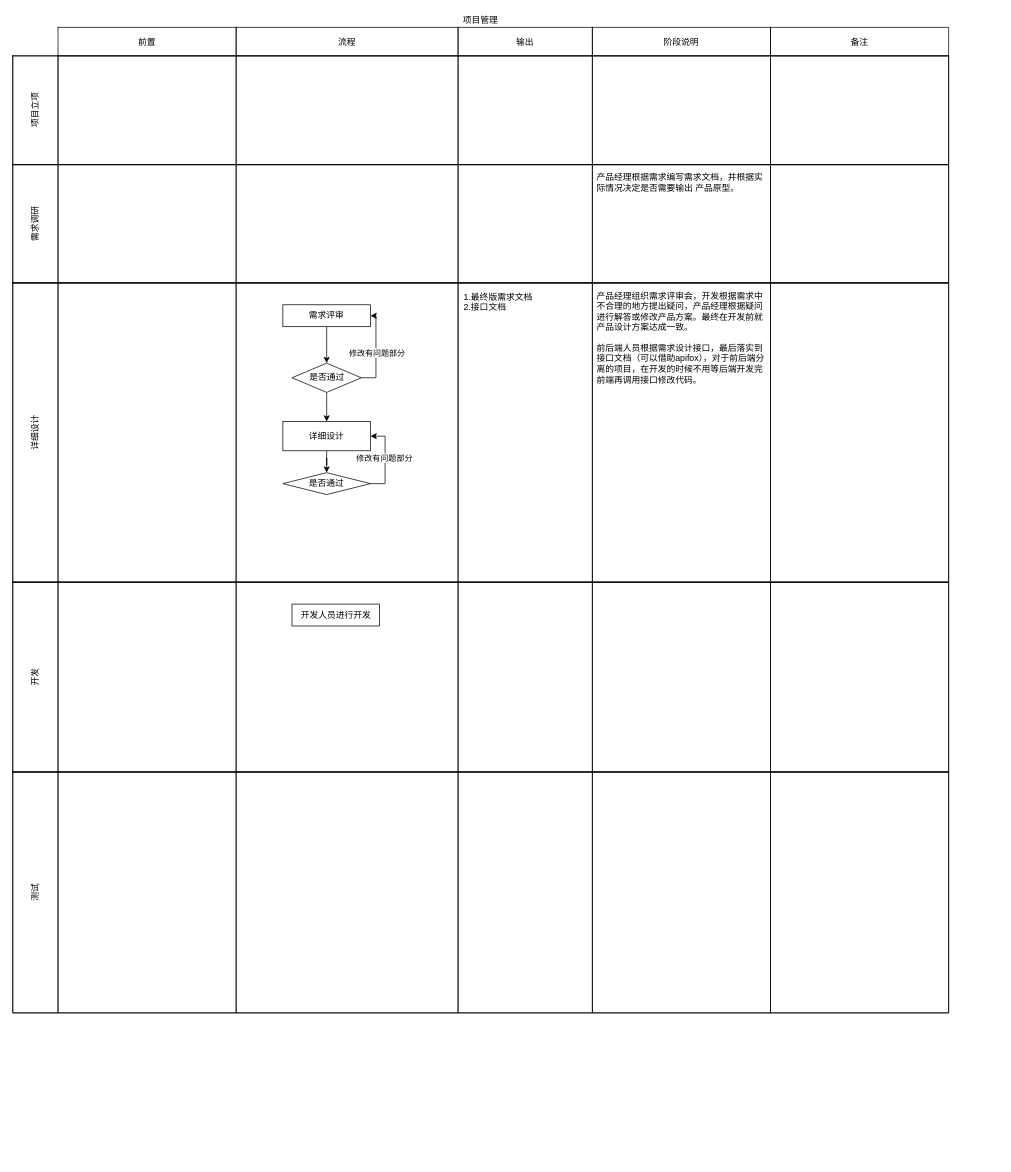
Above: 未命名绘图.drawio in uiwifi/test (draw.io), before the change. Source tidied: cells renumbered, new cells numbered last; positions are measured from the earlier drawing's top-left corner, leaving out a move shared by most shapes. Both pictures are drawn from the tidied source at 73%, with x=0, y=0 at pixel (12, 12).
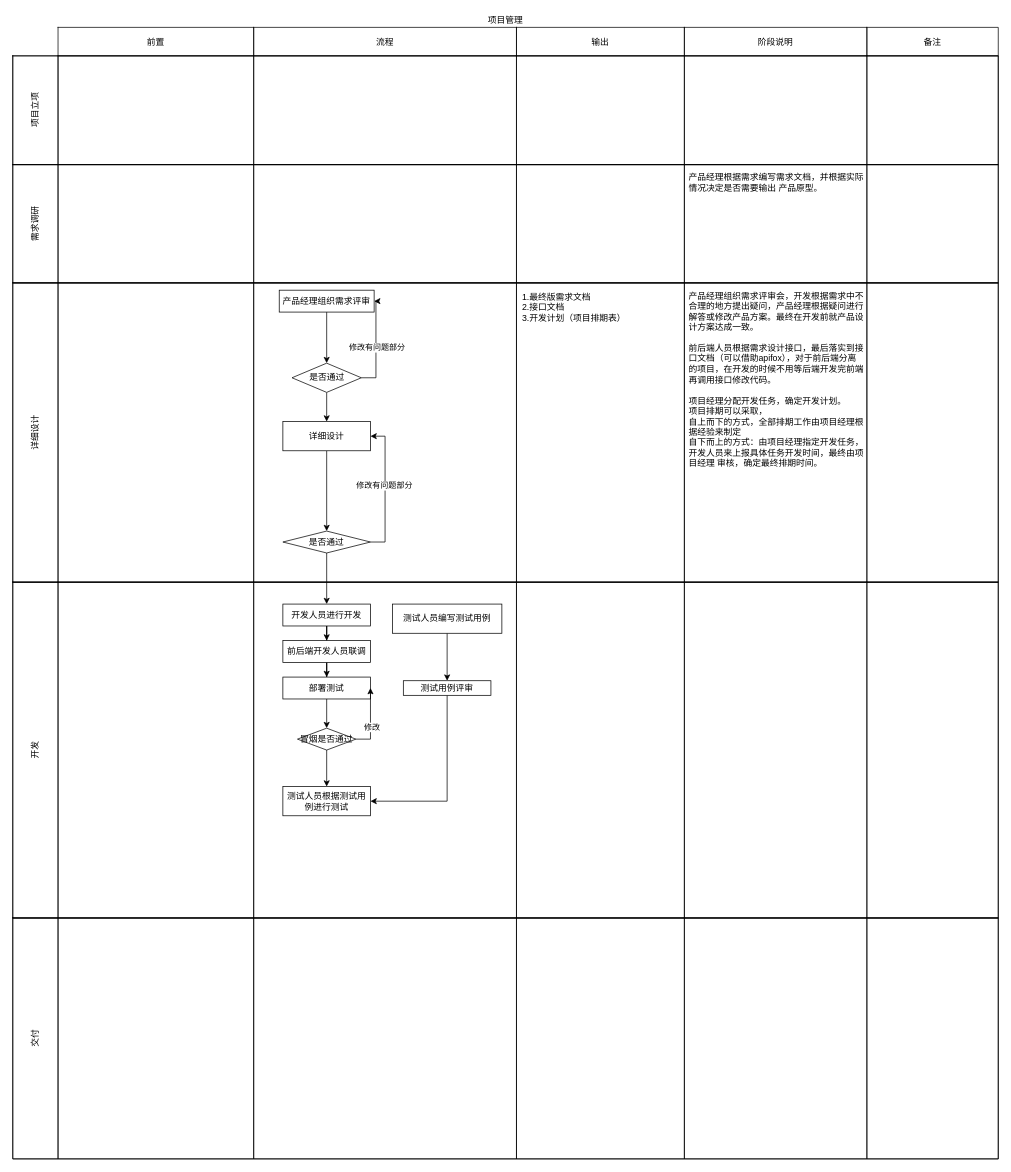
The same diagram, later.

What changed in the source:
```diff
@@
     <mxCell id="2" value="项目管理" style="shape=table;html=1;whiteSpace=wrap;startSize=20;childLayout=tableLayout;fillColor=none;swimlaneFillColor=#ffffff;strokeColor=none;" parent="1" vertex="1">
-      <mxGeometry width="1282" height="1370" as="geometry" />
+      <mxGeometry width="1350" height="1570" as="geometry" />
     </mxCell>
     <mxCell id="3" style="shape=partialRectangle;html=1;whiteSpace=wrap;fillColor=none;top=0;left=0;bottom=0;right=0;strokeColor=none;" parent="2" vertex="1">
-      <mxGeometry y="20" width="1282" height="39" as="geometry" />
+      <mxGeometry y="20" width="1350" height="39" as="geometry" />
     </mxCell>
@@
     <mxCell id="5" value="前置" style="shape=partialRectangle;html=1;whiteSpace=wrap;fillColor=none;top=1;left=1;bottom=1;right=1;overflow=hidden;" parent="3" vertex="1">
-      <mxGeometry x="62" width="244" height="39" as="geometry" />
+      <mxGeometry x="62" width="268" height="39" as="geometry" />
     </mxCell>
     <mxCell id="6" value="流程" style="shape=partialRectangle;html=1;whiteSpace=wrap;fillColor=none;top=1;left=1;bottom=1;right=1;overflow=hidden;" parent="3" vertex="1">
-      <mxGeometry x="306" width="304" height="39" as="geometry" />
+      <mxGeometry x="330" width="360" height="39" as="geometry" />
     </mxCell>
     <mxCell id="7" value="输出" style="shape=partialRectangle;html=1;whiteSpace=wrap;fillColor=none;top=1;left=1;bottom=1;right=1;overflow=hidden;" parent="3" vertex="1">
-      <mxGeometry x="610" width="184" height="39" as="geometry" />
+      <mxGeometry x="690" width="230" height="39" as="geometry" />
     </mxCell>
     <mxCell id="8" value="阶段说明" style="shape=partialRectangle;html=1;whiteSpace=wrap;fillColor=none;top=1;left=1;bottom=1;right=1;overflow=hidden;" parent="3" vertex="1">
-      <mxGeometry x="794" width="244" height="39" as="geometry" />
+      <mxGeometry x="920" width="250" height="39" as="geometry" />
     </mxCell>
     <mxCell id="9" value="备注" style="shape=partialRectangle;html=1;whiteSpace=wrap;fillColor=none;top=1;left=1;bottom=1;right=1;overflow=hidden;" parent="3" vertex="1">
-      <mxGeometry x="1038" width="244" height="39" as="geometry" />
+      <mxGeometry x="1170" width="180" height="39" as="geometry" />
     </mxCell>
     <mxCell id="10" style="shape=partialRectangle;html=1;whiteSpace=wrap;fillColor=none;top=1;left=1;bottom=1;right=1;" parent="2" vertex="1">
-      <mxGeometry y="59" width="1282" height="149" as="geometry" />
+      <mxGeometry y="59" width="1350" height="149" as="geometry" />
     </mxCell>
@@
     <mxCell id="12" style="shape=partialRectangle;html=1;whiteSpace=wrap;fillColor=none;top=1;left=1;bottom=1;right=1;overflow=hidden;" parent="10" vertex="1">
-      <mxGeometry x="62" width="244" height="149" as="geometry" />
+      <mxGeometry x="62" width="268" height="149" as="geometry" />
     </mxCell>
     <mxCell id="13" style="shape=partialRectangle;html=1;whiteSpace=wrap;fillColor=none;top=1;left=1;bottom=1;right=1;overflow=hidden;" parent="10" vertex="1">
-      <mxGeometry x="306" width="304" height="149" as="geometry" />
+      <mxGeometry x="330" width="360" height="149" as="geometry" />
     </mxCell>
     <mxCell id="14" style="shape=partialRectangle;html=1;whiteSpace=wrap;fillColor=none;top=1;left=1;bottom=1;right=1;overflow=hidden;" parent="10" vertex="1">
-      <mxGeometry x="610" width="184" height="149" as="geometry" />
+      <mxGeometry x="690" width="230" height="149" as="geometry" />
     </mxCell>
     <mxCell id="15" style="shape=partialRectangle;html=1;whiteSpace=wrap;fillColor=none;top=1;left=1;bottom=1;right=1;overflow=hidden;" parent="10" vertex="1">
-      <mxGeometry x="794" width="244" height="149" as="geometry" />
+      <mxGeometry x="920" width="250" height="149" as="geometry" />
     </mxCell>
     <mxCell id="16" style="shape=partialRectangle;html=1;whiteSpace=wrap;fillColor=none;top=1;left=1;bottom=1;right=1;overflow=hidden;" parent="10" vertex="1">
-      <mxGeometry x="1038" width="244" height="149" as="geometry" />
+      <mxGeometry x="1170" width="180" height="149" as="geometry" />
     </mxCell>
     <mxCell id="17" style="shape=partialRectangle;html=1;whiteSpace=wrap;fillColor=none;top=1;left=1;bottom=1;right=1;" parent="2" vertex="1">
-      <mxGeometry y="208" width="1282" height="162" as="geometry" />
+      <mxGeometry y="208" width="1350" height="162" as="geometry" />
     </mxCell>
@@
     <mxCell id="19" style="shape=partialRectangle;html=1;whiteSpace=wrap;fillColor=none;top=1;left=1;bottom=1;right=1;overflow=hidden;" parent="17" vertex="1">
-      <mxGeometry x="62" width="244" height="162" as="geometry" />
+      <mxGeometry x="62" width="268" height="162" as="geometry" />
     </mxCell>
     <mxCell id="20" style="shape=partialRectangle;html=1;whiteSpace=wrap;fillColor=none;top=1;left=1;bottom=1;right=1;overflow=hidden;" parent="17" vertex="1">
-      <mxGeometry x="306" width="304" height="162" as="geometry" />
+      <mxGeometry x="330" width="360" height="162" as="geometry" />
     </mxCell>
     <mxCell id="21" style="shape=partialRectangle;html=1;whiteSpace=wrap;fillColor=none;top=1;left=1;bottom=1;right=1;overflow=hidden;" parent="17" vertex="1">
-      <mxGeometry x="610" width="184" height="162" as="geometry" />
+      <mxGeometry x="690" width="230" height="162" as="geometry" />
     </mxCell>
     <mxCell id="22" value="产品经理根据需求编写需求文档，并根据实际情况决定是否需要输出 产品原型。" style="shape=partialRectangle;html=1;whiteSpace=wrap;fillColor=none;top=1;left=1;bottom=1;right=1;overflow=hidden;align=left;verticalAlign=top;horizontal=1;spacingTop=4;spacingLeft=4;spacingRight=4;spacingBottom=4;" parent="17" vertex="1">
-      <mxGeometry x="794" width="244" height="162" as="geometry" />
+      <mxGeometry x="920" width="250" height="162" as="geometry" />
     </mxCell>
     <mxCell id="23" style="shape=partialRectangle;html=1;whiteSpace=wrap;fillColor=none;top=1;left=1;bottom=1;right=1;overflow=hidden;" parent="17" vertex="1">
-      <mxGeometry x="1038" width="244" height="162" as="geometry" />
+      <mxGeometry x="1170" width="180" height="162" as="geometry" />
     </mxCell>
     <mxCell id="24" style="shape=partialRectangle;html=1;whiteSpace=wrap;fillColor=none;top=1;left=1;bottom=1;right=1;" parent="2" vertex="1">
-      <mxGeometry y="370" width="1282" height="410" as="geometry" />
+      <mxGeometry y="370" width="1350" height="410" as="geometry" />
     </mxCell>
@@
     <mxCell id="26" style="shape=partialRectangle;html=1;whiteSpace=wrap;fillColor=none;top=1;left=1;bottom=1;right=1;overflow=hidden;" parent="24" vertex="1">
-      <mxGeometry x="62" width="244" height="410" as="geometry" />
+      <mxGeometry x="62" width="268" height="410" as="geometry" />
     </mxCell>
     <mxCell id="27" style="shape=partialRectangle;html=1;whiteSpace=wrap;fillColor=none;top=1;left=1;bottom=1;right=1;overflow=hidden;" parent="24" vertex="1">
-      <mxGeometry x="306" width="304" height="410" as="geometry" />
+      <mxGeometry x="330" width="360" height="410" as="geometry" />
     </mxCell>
-    <mxCell id="28" value="1.最终版需求文档&lt;br&gt;2.接口文档&lt;br&gt;" style="shape=partialRectangle;html=1;whiteSpace=wrap;fillColor=none;top=1;left=1;bottom=1;right=1;overflow=hidden;align=left;verticalAlign=top;spacingTop=4;spacingLeft=4;spacingBottom=4;spacingRight=4;spacing=4;" parent="24" vertex="1">
-      <mxGeometry x="610" width="184" height="410" as="geometry" />
+    <mxCell id="28" value="1.最终版需求文档&lt;br&gt;2.接口文档&lt;br&gt;3.开发计划（项目排期表）" style="shape=partialRectangle;html=1;whiteSpace=wrap;fillColor=none;top=1;left=1;bottom=1;right=1;overflow=hidden;align=left;verticalAlign=top;spacingTop=4;spacingLeft=4;spacingBottom=4;spacingRight=4;spacing=4;" parent="24" vertex="1">
+      <mxGeometry x="690" width="230" height="410" as="geometry" />
     </mxCell>
-    <mxCell id="29" value="产品经理组织需求评审会，开发根据需求中不合理的地方提出疑问，产品经理根据疑问进行解答或修改产品方案。最终在开发前就产品设计方案达成一致。&lt;br&gt;&lt;br&gt;前后端人员根据需求设计接口，最后落实到接口文档（可以借助apifox），对于前后端分离的项目，在开发的时候不用等后端开发完前端再调用接口修改代码。" style="shape=partialRectangle;html=1;whiteSpace=wrap;fillColor=none;top=1;left=1;bottom=1;right=1;overflow=hidden;align=left;verticalAlign=top;spacingTop=4;spacingBottom=4;spacingLeft=4;spacingRight=4;" parent="24" vertex="1">
-      <mxGeometry x="794" width="244" height="410" as="geometry" />
+    <mxCell id="29" value="产品经理组织需求评审会，开发根据需求中不合理的地方提出疑问，产品经理根据疑问进行解答或修改产品方案。最终在开发前就产品设计方案达成一致。&lt;br&gt;&lt;br&gt;前后端人员根据需求设计接口，最后落实到接口文档（可以借助apifox），对于前后端分离的项目，在开发的时候不用等后端开发完前端再调用接口修改代码。&lt;br&gt;&lt;br&gt;项目经理分配开发任务，确定开发计划。&lt;br&gt;项目排期可以采取，&lt;br&gt;自上而下的方式，全部排期工作由项目经理根据经验来制定&lt;br&gt;自下而上的方式：由项目经理指定开发任务，开发人员来上报具体任务开发时间，最终由项目经理 审核，确定最终排期时间。" style="shape=partialRectangle;html=1;whiteSpace=wrap;fillColor=none;top=1;left=1;bottom=1;right=1;overflow=hidden;align=left;verticalAlign=top;spacingTop=4;spacingBottom=4;spacingLeft=4;spacingRight=4;" parent="24" vertex="1">
+      <mxGeometry x="920" width="250" height="410" as="geometry" />
     </mxCell>
     <mxCell id="30" style="shape=partialRectangle;html=1;whiteSpace=wrap;fillColor=none;top=1;left=1;bottom=1;right=1;overflow=hidden;" parent="24" vertex="1">
-      <mxGeometry x="1038" width="244" height="410" as="geometry" />
+      <mxGeometry x="1170" width="180" height="410" as="geometry" />
     </mxCell>
     <mxCell id="31" style="shape=partialRectangle;html=1;whiteSpace=wrap;fillColor=none;top=1;left=1;bottom=1;right=1;" parent="2" vertex="1">
-      <mxGeometry y="780" width="1282" height="260" as="geometry" />
+      <mxGeometry y="780" width="1350" height="460" as="geometry" />
     </mxCell>
     <mxCell id="32" value="开发" style="shape=partialRectangle;html=1;whiteSpace=wrap;fillColor=none;top=1;left=1;bottom=1;right=1;overflow=hidden;horizontal=0;" parent="31" vertex="1">
-      <mxGeometry width="62" height="260" as="geometry" />
+      <mxGeometry width="62" height="460" as="geometry" />
     </mxCell>
     <mxCell id="33" style="shape=partialRectangle;html=1;whiteSpace=wrap;fillColor=none;top=1;left=1;bottom=1;right=1;overflow=hidden;" parent="31" vertex="1">
-      <mxGeometry x="62" width="244" height="260" as="geometry" />
+      <mxGeometry x="62" width="268" height="460" as="geometry" />
     </mxCell>
     <mxCell id="34" style="shape=partialRectangle;html=1;whiteSpace=wrap;fillColor=none;top=1;left=1;bottom=1;right=1;overflow=hidden;" parent="31" vertex="1">
-      <mxGeometry x="306" width="304" height="260" as="geometry" />
+      <mxGeometry x="330" width="360" height="460" as="geometry" />
     </mxCell>
     <mxCell id="35" style="shape=partialRectangle;html=1;whiteSpace=wrap;fillColor=none;top=1;left=1;bottom=1;right=1;overflow=hidden;" parent="31" vertex="1">
-      <mxGeometry x="610" width="184" height="260" as="geometry" />
+      <mxGeometry x="690" width="230" height="460" as="geometry" />
     </mxCell>
     <mxCell id="36" style="shape=partialRectangle;html=1;whiteSpace=wrap;fillColor=none;top=1;left=1;bottom=1;right=1;overflow=hidden;" parent="31" vertex="1">
-      <mxGeometry x="794" width="244" height="260" as="geometry" />
+      <mxGeometry x="920" width="250" height="460" as="geometry" />
     </mxCell>
     <mxCell id="37" style="shape=partialRectangle;html=1;whiteSpace=wrap;fillColor=none;top=1;left=1;bottom=1;right=1;overflow=hidden;" parent="31" vertex="1">
-      <mxGeometry x="1038" width="244" height="260" as="geometry" />
+      <mxGeometry x="1170" width="180" height="460" as="geometry" />
     </mxCell>
     <mxCell id="38" style="shape=partialRectangle;html=1;whiteSpace=wrap;fillColor=none;top=1;left=1;bottom=1;right=1;" parent="2" vertex="1">
-      <mxGeometry y="1040" width="1282" height="330" as="geometry" />
+      <mxGeometry y="1240" width="1350" height="330" as="geometry" />
     </mxCell>
-    <mxCell id="39" value="测试" style="shape=partialRectangle;html=1;whiteSpace=wrap;fillColor=none;top=1;left=1;bottom=1;right=1;overflow=hidden;horizontal=0;" parent="38" vertex="1">
+    <mxCell id="39" value="交付" style="shape=partialRectangle;html=1;whiteSpace=wrap;fillColor=none;top=1;left=1;bottom=1;right=1;overflow=hidden;horizontal=0;" parent="38" vertex="1">
       <mxGeometry width="62" height="330" as="geometry" />
     </mxCell>
     <mxCell id="40" style="shape=partialRectangle;html=1;whiteSpace=wrap;fillColor=none;top=1;left=1;bottom=1;right=1;overflow=hidden;" parent="38" vertex="1">
-      <mxGeometry x="62" width="244" height="330" as="geometry" />
+      <mxGeometry x="62" width="268" height="330" as="geometry" />
     </mxCell>
     <mxCell id="41" style="shape=partialRectangle;html=1;whiteSpace=wrap;fillColor=none;top=1;left=1;bottom=1;right=1;overflow=hidden;" parent="38" vertex="1">
-      <mxGeometry x="306" width="304" height="330" as="geometry" />
+      <mxGeometry x="330" width="360" height="330" as="geometry" />
     </mxCell>
     <mxCell id="42" style="shape=partialRectangle;html=1;whiteSpace=wrap;fillColor=none;top=1;left=1;bottom=1;right=1;overflow=hidden;" parent="38" vertex="1">
-      <mxGeometry x="610" width="184" height="330" as="geometry" />
+      <mxGeometry x="690" width="230" height="330" as="geometry" />
     </mxCell>
     <mxCell id="43" style="shape=partialRectangle;html=1;whiteSpace=wrap;fillColor=none;top=1;left=1;bottom=1;right=1;overflow=hidden;" parent="38" vertex="1">
-      <mxGeometry x="794" width="244" height="330" as="geometry" />
+      <mxGeometry x="920" width="250" height="330" as="geometry" />
     </mxCell>
     <mxCell id="44" style="shape=partialRectangle;html=1;whiteSpace=wrap;fillColor=none;top=1;left=1;bottom=1;right=1;overflow=hidden;" parent="38" vertex="1">
-      <mxGeometry x="1038" width="244" height="330" as="geometry" />
+      <mxGeometry x="1170" width="180" height="330" as="geometry" />
     </mxCell>
@@
-    <mxCell id="46" value="需求评审" style="rounded=0;whiteSpace=wrap;html=1;" parent="1" vertex="1">
-      <mxGeometry x="370" y="400" width="120" height="30" as="geometry" />
+    <mxCell id="46" value="产品经理组织需求评审" style="rounded=0;whiteSpace=wrap;html=1;" parent="1" vertex="1">
+      <mxGeometry x="365" y="380" width="130" height="30" as="geometry" />
     </mxCell>
@@
+    <mxCell id="57" style="edgeStyle=orthogonalEdgeStyle;rounded=0;jettySize=auto;html=1;exitX=0.5;exitY=1;exitDx=0;exitDy=0;" parent="1" edge="1" source="55" target="56">
+      <mxGeometry relative="1" as="geometry" />
+    </mxCell>
     <mxCell id="55" value="是否通过" style="rhombus;whiteSpace=wrap;html=1;" parent="1" vertex="1">
-      <mxGeometry x="370" y="630" width="120" height="30" as="geometry" />
+      <mxGeometry x="370" y="710" width="120" height="30" as="geometry" />
     </mxCell>
+    <mxCell id="58" style="edgeStyle=orthogonalEdgeStyle;rounded=0;jettySize=auto;html=1;exitX=0.5;exitY=1;exitDx=0;exitDy=0;" parent="1" edge="1" source="56" target="60">
+      <mxGeometry relative="1" as="geometry" />
+    </mxCell>
     <mxCell id="56" value="开发人员进行开发" style="rounded=0;whiteSpace=wrap;html=1;" parent="1" vertex="1">
-      <mxGeometry x="382.5" y="810" width="120" height="30" as="geometry" />
+      <mxGeometry x="370" y="810" width="120" height="30" as="geometry" />
     </mxCell>
+    <mxCell id="59" style="edgeStyle=orthogonalEdgeStyle;rounded=0;jettySize=auto;html=1;exitX=0.5;exitY=1;exitDx=0;exitDy=0;" parent="1" edge="1" source="60" target="62">
+      <mxGeometry relative="1" as="geometry" />
+    </mxCell>
+    <mxCell id="60" value="前后端开发人员联调" style="rounded=0;whiteSpace=wrap;html=1;" parent="1" vertex="1">
+      <mxGeometry x="370" y="860" width="120" height="30" as="geometry" />
+    </mxCell>
+    <mxCell id="61" style="edgeStyle=orthogonalEdgeStyle;rounded=0;jettySize=auto;html=1;exitX=0.5;exitY=1;exitDx=0;exitDy=0;entryX=0.5;entryY=0;entryDx=0;entryDy=0;" parent="1" edge="1" source="62" target="68">
+      <mxGeometry relative="1" as="geometry" />
+    </mxCell>
+    <mxCell id="62" value="部署测试" style="rounded=0;whiteSpace=wrap;html=1;" parent="1" vertex="1">
+      <mxGeometry x="370" y="910" width="120" height="30" as="geometry" />
+    </mxCell>
+    <mxCell id="63" style="edgeStyle=orthogonalEdgeStyle;rounded=0;orthogonalLoop=1;jettySize=auto;html=1;exitX=0.5;exitY=1;exitDx=0;exitDy=0;" parent="1" edge="1" source="56" target="56">
+      <mxGeometry relative="1" as="geometry" />
+    </mxCell>
+    <mxCell id="64" value="测试人员根据测试用例进行测试" style="whiteSpace=wrap;html=1;fillColor=rgb(255, 255, 255);rounded=0;" parent="1" vertex="1">
+      <mxGeometry x="370" y="1060" width="120" height="40" as="geometry" />
+    </mxCell>
+    <mxCell id="65" style="edgeStyle=orthogonalEdgeStyle;rounded=0;jettySize=auto;html=1;exitX=1;exitY=0.5;exitDx=0;exitDy=0;entryX=1;entryY=0.5;entryDx=0;entryDy=0;" parent="1" edge="1" source="68" target="62">
+      <mxGeometry relative="1" as="geometry" />
+    </mxCell>
+    <mxCell id="66" value="修改" style="edgeLabel;html=1;align=center;verticalAlign=middle;" parent="65" vertex="1">
+      <mxGeometry x="-0.16" y="-1" relative="1" as="geometry">
+        <mxPoint y="1" as="offset" />
+      </mxGeometry>
+    </mxCell>
+    <mxCell id="67" style="edgeStyle=orthogonalEdgeStyle;rounded=0;jettySize=auto;html=1;exitX=0.5;exitY=1;exitDx=0;exitDy=0;" parent="1" edge="1" source="68" target="64">
+      <mxGeometry relative="1" as="geometry" />
+    </mxCell>
+    <mxCell id="68" value="冒烟是否通过" style="rhombus;whiteSpace=wrap;html=1;" parent="1" vertex="1">
+      <mxGeometry x="390" y="980" width="80" height="30" as="geometry" />
+    </mxCell>
+    <mxCell id="69" style="edgeStyle=orthogonalEdgeStyle;rounded=0;jettySize=auto;html=1;exitX=0.5;exitY=1;exitDx=0;exitDy=0;entryX=0.5;entryY=0;entryDx=0;entryDy=0;" parent="1" edge="1" source="70" target="72">
+      <mxGeometry relative="1" as="geometry" />
+    </mxCell>
+    <mxCell id="70" value="测试人员编写测试用例" style="rounded=0;whiteSpace=wrap;html=1;" parent="1" vertex="1">
+      <mxGeometry x="520" y="810" width="150" height="40" as="geometry" />
+    </mxCell>
+    <mxCell id="71" style="edgeStyle=orthogonalEdgeStyle;rounded=0;jettySize=auto;html=1;exitX=0.5;exitY=1;exitDx=0;exitDy=0;entryX=1;entryY=0.5;entryDx=0;entryDy=0;" parent="1" edge="1" source="72" target="64">
+      <mxGeometry relative="1" as="geometry" />
+    </mxCell>
+    <mxCell id="72" value="测试用例评审" style="rounded=0;whiteSpace=wrap;html=1;" parent="1" vertex="1">
+      <mxGeometry x="535" y="915" width="120" height="20" as="geometry" />
+    </mxCell>
```
